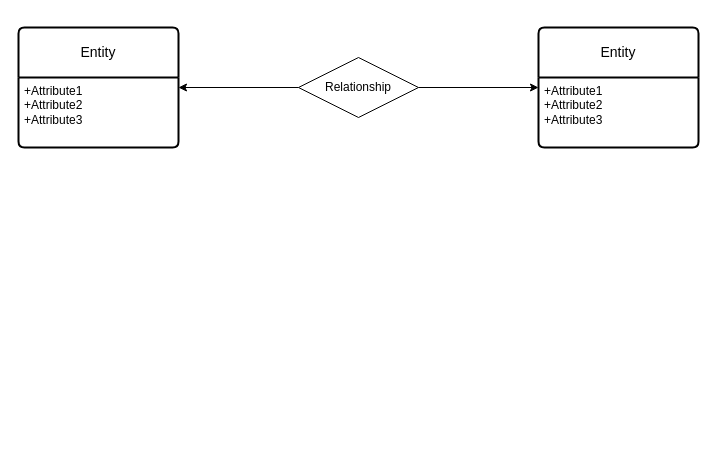
This is EjercicioCaminones.drawio from Mokius02/basesdedatos, a draw.io file, before an edit. Source tidied: cells renumbered, new cells numbered last; positions are measured from the earlier drawing's top-left corner, leaving out a move shared by most shapes. Both pictures are drawn from the tidied source at 100%, with x=0, y=0 at pixel (18, 27).
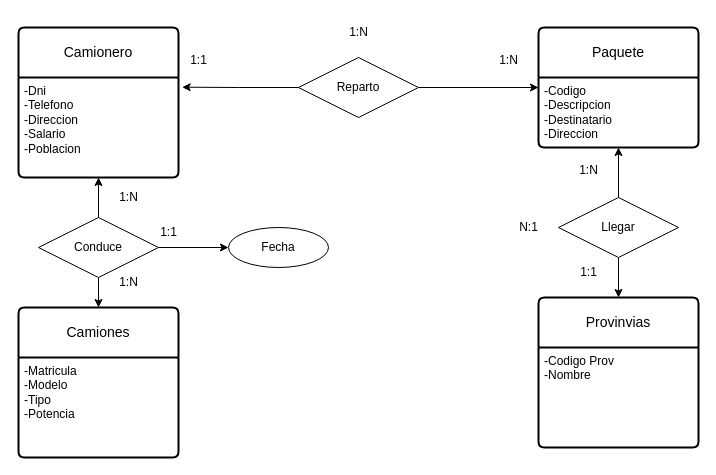
Above is the later version.

What changed in the source:
```diff
@@
-    <mxCell id="2" value="Entity" style="swimlane;horizontal=1;startSize=50;rounded=1;fontSize=14;fontStyle=0;strokeWidth=2;shadow=0;dashed=0;align=center;arcSize=4;whiteSpace=wrap;html=1;" parent="1" vertex="1">
-      <mxGeometry width="160" height="120" as="geometry" />
+    <mxCell id="2" value="Camionero" style="swimlane;horizontal=1;startSize=50;rounded=1;fontSize=14;fontStyle=0;strokeWidth=2;shadow=0;dashed=0;align=center;arcSize=4;whiteSpace=wrap;html=1;" parent="1" vertex="1">
+      <mxGeometry width="160" height="150" as="geometry" />
     </mxCell>
-    <mxCell id="3" value="+Attribute1&#10;+Attribute2&#10;+Attribute3" style="align=left;strokeColor=none;fillColor=none;spacingLeft=4;fontSize=12;verticalAlign=top;html=1;" parent="2" vertex="1">
-      <mxGeometry y="50" width="160" height="70" as="geometry" />
+    <mxCell id="3" value="-Dni&lt;br&gt;-Telefono&lt;br&gt;-Direccion&lt;br&gt;-Salario&lt;br&gt;-Poblacion" style="align=left;strokeColor=none;fillColor=none;spacingLeft=4;fontSize=12;verticalAlign=top;html=1;" parent="2" vertex="1">
+      <mxGeometry y="50" width="160" height="100" as="geometry" />
     </mxCell>
-    <mxCell id="4" value="Entity" style="swimlane;horizontal=1;startSize=50;rounded=1;fontSize=14;fontStyle=0;strokeWidth=2;shadow=0;dashed=0;align=center;arcSize=4;whiteSpace=wrap;html=1;" parent="1" vertex="1">
+    <mxCell id="4" value="Paquete" style="swimlane;horizontal=1;startSize=50;rounded=1;fontSize=14;fontStyle=0;strokeWidth=2;shadow=0;dashed=0;align=center;arcSize=4;whiteSpace=wrap;html=1;" parent="1" vertex="1">
       <mxGeometry x="520" width="160" height="120" as="geometry" />
     </mxCell>
-    <mxCell id="5" value="+Attribute1&#10;+Attribute2&#10;+Attribute3" style="align=left;strokeColor=none;fillColor=none;spacingLeft=4;fontSize=12;verticalAlign=top;html=1;" parent="4" vertex="1">
+    <mxCell id="5" value="-Codigo&lt;br&gt;-Descripcion&lt;br&gt;-Destinatario&lt;br&gt;-Direccion" style="align=left;strokeColor=none;fillColor=none;spacingLeft=4;fontSize=12;verticalAlign=top;html=1;" parent="4" vertex="1">
       <mxGeometry y="50" width="160" height="70" as="geometry" />
     </mxCell>
@@
-    <mxCell id="7" value="Relationship" style="shape=rhombus;perimeter=rhombusPerimeter;whiteSpace=wrap;html=1;align=center;" parent="1" vertex="1">
+    <mxCell id="7" value="Reparto" style="shape=rhombus;perimeter=rhombusPerimeter;whiteSpace=wrap;html=1;align=center;" parent="1" vertex="1">
       <mxGeometry x="280" y="30" width="120" height="60" as="geometry" />
     </mxCell>
+    <mxCell id="9" value="Provinvias" style="swimlane;horizontal=1;startSize=50;rounded=1;fontSize=14;fontStyle=0;strokeWidth=2;shadow=0;dashed=0;align=center;arcSize=4;whiteSpace=wrap;html=1;" parent="1" vertex="1">
+      <mxGeometry x="520" y="270" width="160" height="150" as="geometry" />
+    </mxCell>
+    <mxCell id="10" value="-Codigo Prov&lt;br&gt;-Nombre" style="align=left;strokeColor=none;fillColor=none;spacingLeft=4;fontSize=12;verticalAlign=top;html=1;" parent="9" vertex="1">
+      <mxGeometry y="50" width="160" height="100" as="geometry" />
+    </mxCell>
+    <mxCell id="11" value="Camiones" style="swimlane;horizontal=1;startSize=50;rounded=1;fontSize=14;fontStyle=0;strokeWidth=2;shadow=0;dashed=0;align=center;arcSize=4;whiteSpace=wrap;html=1;" parent="1" vertex="1">
+      <mxGeometry y="280" width="160" height="150" as="geometry" />
+    </mxCell>
+    <mxCell id="12" value="-Matricula&lt;br&gt;-Modelo&lt;br&gt;-Tipo&lt;br&gt;-Potencia" style="align=left;strokeColor=none;fillColor=none;spacingLeft=4;fontSize=12;verticalAlign=top;html=1;" parent="11" vertex="1">
+      <mxGeometry y="50" width="160" height="100" as="geometry" />
+    </mxCell>
+    <mxCell id="13" style="edgeStyle=orthogonalEdgeStyle;rounded=0;jettySize=auto;html=1;exitX=0.5;exitY=0;exitDx=0;exitDy=0;entryX=0.5;entryY=1;entryDx=0;entryDy=0;" parent="1" edge="1" source="15" target="5">
+      <mxGeometry relative="1" as="geometry" />
+    </mxCell>
+    <mxCell id="14" style="edgeStyle=orthogonalEdgeStyle;rounded=0;jettySize=auto;html=1;exitX=0.5;exitY=1;exitDx=0;exitDy=0;entryX=0.5;entryY=0;entryDx=0;entryDy=0;" parent="1" edge="1" source="15" target="9">
+      <mxGeometry relative="1" as="geometry" />
+    </mxCell>
+    <mxCell id="15" value="Llegar" style="shape=rhombus;perimeter=rhombusPerimeter;whiteSpace=wrap;html=1;align=center;" parent="1" vertex="1">
+      <mxGeometry x="540" y="170" width="120" height="60" as="geometry" />
+    </mxCell>
-    <mxCell id="8" style="edgeStyle=orthogonalEdgeStyle;rounded=0;jettySize=auto;html=1;exitX=0;exitY=0.5;exitDx=0;exitDy=0;entryX=1;entryY=0.143;entryDx=0;entryDy=0;entryPerimeter=0;" parent="1" edge="1" source="7" target="3">
+    <mxCell id="8" style="edgeStyle=orthogonalEdgeStyle;rounded=0;jettySize=auto;html=1;exitX=0;exitY=0.5;exitDx=0;exitDy=0;entryX=1.023;entryY=0.097;entryDx=0;entryDy=0;entryPerimeter=0;" parent="1" edge="1" source="7" target="3">
       <mxGeometry relative="1" as="geometry" />
     </mxCell>
+    <mxCell id="16" style="edgeStyle=orthogonalEdgeStyle;rounded=0;jettySize=auto;html=1;exitX=0.5;exitY=0;exitDx=0;exitDy=0;entryX=0.5;entryY=1;entryDx=0;entryDy=0;" parent="1" edge="1" source="19" target="3">
+      <mxGeometry relative="1" as="geometry" />
+    </mxCell>
+    <mxCell id="17" style="edgeStyle=orthogonalEdgeStyle;rounded=0;jettySize=auto;html=1;exitX=0.5;exitY=1;exitDx=0;exitDy=0;entryX=0.5;entryY=0;entryDx=0;entryDy=0;" parent="1" edge="1" source="19" target="11">
+      <mxGeometry relative="1" as="geometry" />
+    </mxCell>
+    <mxCell id="18" style="edgeStyle=orthogonalEdgeStyle;rounded=0;jettySize=auto;html=1;exitX=1;exitY=0.5;exitDx=0;exitDy=0;entryX=0;entryY=0.5;entryDx=0;entryDy=0;" parent="1" edge="1" source="19" target="27">
+      <mxGeometry relative="1" as="geometry" />
+    </mxCell>
+    <mxCell id="19" value="Conduce" style="shape=rhombus;perimeter=rhombusPerimeter;whiteSpace=wrap;html=1;align=center;" parent="1" vertex="1">
+      <mxGeometry x="20" y="190" width="120" height="60" as="geometry" />
+    </mxCell>
+    <mxCell id="20" value="1:N" style="text;html=1;align=center;verticalAlign=middle;strokeColor=none;fillColor=none;" parent="1" vertex="1">
+      <mxGeometry x="320" y="-10" width="40" height="30" as="geometry" />
+    </mxCell>
+    <mxCell id="21" value="1:1" style="text;html=1;align=center;verticalAlign=middle;strokeColor=none;fillColor=none;" parent="1" vertex="1">
+      <mxGeometry x="130" y="190" width="40" height="30" as="geometry" />
+    </mxCell>
+    <mxCell id="22" value="N:1" style="text;html=1;align=center;verticalAlign=middle;strokeColor=none;fillColor=none;" parent="1" vertex="1">
+      <mxGeometry x="490" y="185" width="40" height="30" as="geometry" />
+    </mxCell>
+    <mxCell id="23" value="1:1" style="text;html=1;align=center;verticalAlign=middle;strokeColor=none;fillColor=none;" parent="1" vertex="1">
+      <mxGeometry x="160" y="18" width="40" height="30" as="geometry" />
+    </mxCell>
+    <mxCell id="24" value="1:N" style="text;html=1;align=center;verticalAlign=middle;strokeColor=none;fillColor=none;" parent="1" vertex="1">
+      <mxGeometry x="470" y="18" width="40" height="30" as="geometry" />
+    </mxCell>
+    <mxCell id="25" value="1:N" style="text;html=1;align=center;verticalAlign=middle;strokeColor=none;fillColor=none;" parent="1" vertex="1">
+      <mxGeometry x="90" y="155" width="40" height="30" as="geometry" />
+    </mxCell>
+    <mxCell id="26" value="1:N" style="text;html=1;align=center;verticalAlign=middle;strokeColor=none;fillColor=none;" parent="1" vertex="1">
+      <mxGeometry x="90" y="240" width="40" height="30" as="geometry" />
+    </mxCell>
+    <mxCell id="27" value="Fecha" style="ellipse;whiteSpace=wrap;html=1;align=center;" parent="1" vertex="1">
+      <mxGeometry x="210" y="200" width="100" height="40" as="geometry" />
+    </mxCell>
+    <mxCell id="28" value="1:N" style="text;html=1;align=center;verticalAlign=middle;strokeColor=none;fillColor=none;" parent="1" vertex="1">
+      <mxGeometry x="550" y="128" width="40" height="30" as="geometry" />
+    </mxCell>
+    <mxCell id="29" value="1:1" style="text;html=1;align=center;verticalAlign=middle;strokeColor=none;fillColor=none;" parent="1" vertex="1">
+      <mxGeometry x="550" y="230" width="40" height="30" as="geometry" />
+    </mxCell>
```
